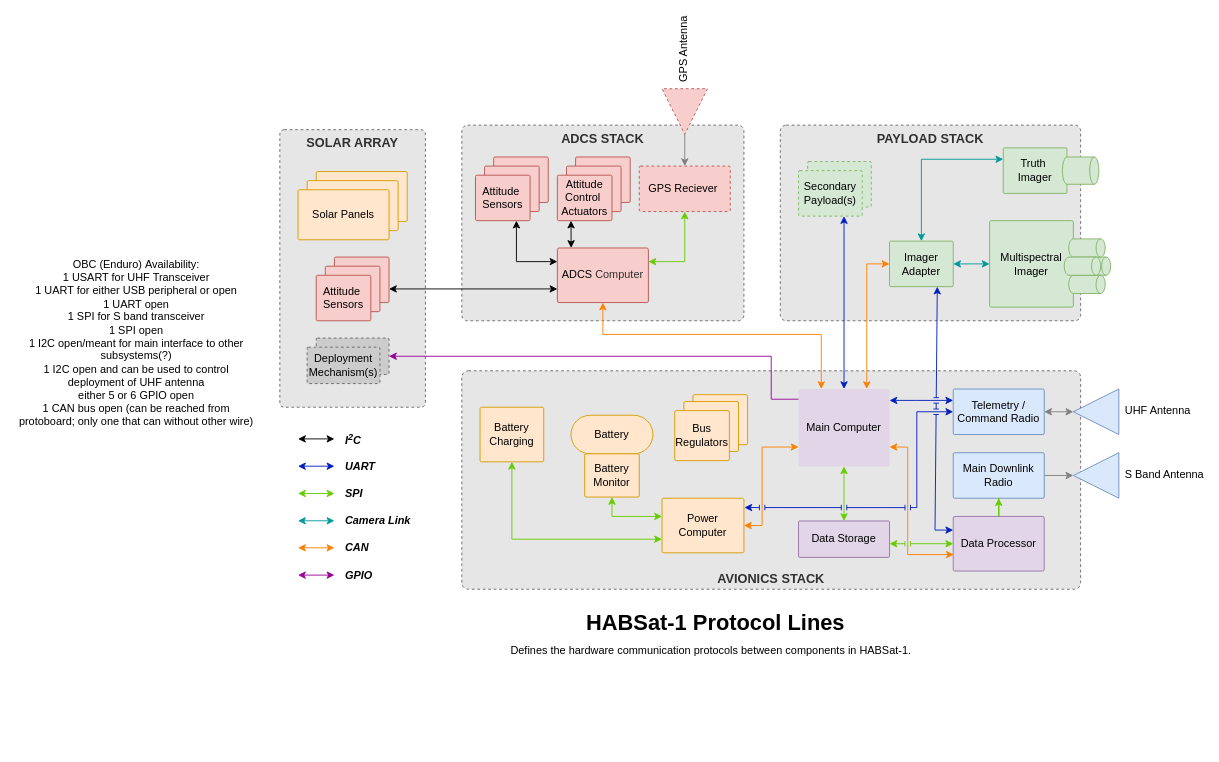
Earlier version of the draw.io diagram page "Hardware Communication" (3 of 15) of Design_Diagrams/design_diagrams.drawio (mezosauce/CubeCatsSeniorDesign). Source tidied: cells renumbered, new cells numbered last; positions are measured from the earlier drawing's top-left corner, leaving out a move shared by most shapes. Both pictures are drawn from the tidied source at 91%, with x=0, y=0 at pixel (15, 88).
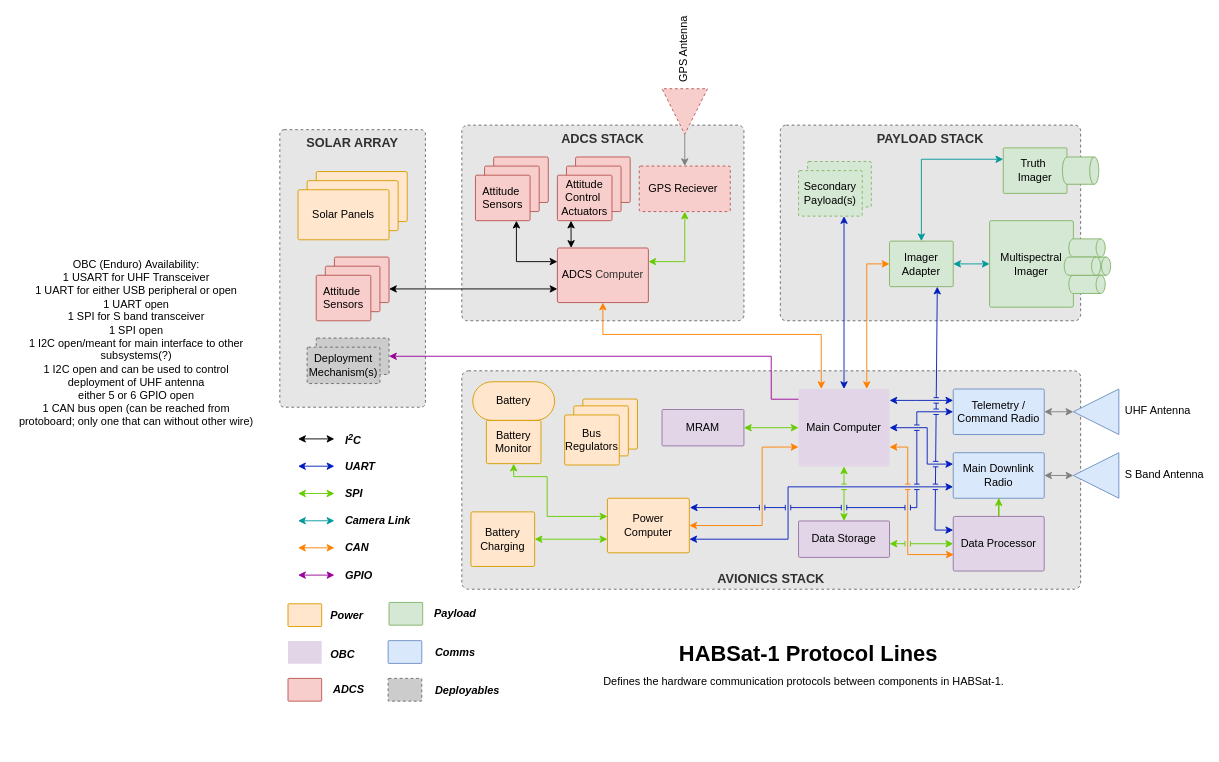
The same page after the edit.

The change refers to these unchanged cells:
```xml
<mxCell id="7" value="Main Computer" style="rounded=1;whiteSpace=wrap;html=1;arcSize=3;fillColor=#e1d5e7;strokeColor=none;fontFamily=Helvetica;" parent="1" vertex="1">
  <mxGeometry x="860" y="330" width="100" height="85" as="geometry" />
</mxCell>
<mxCell id="10" value="Main Downlink Radio" style="rounded=1;whiteSpace=wrap;html=1;arcSize=3;fillColor=#dae8fc;strokeColor=#6c8ebf;fontFamily=Helvetica;" parent="1" vertex="1">
  <mxGeometry x="1030" y="400" width="100" height="50" as="geometry" />
</mxCell>
<mxCell id="36" value="S Band Antenna" style="verticalLabelPosition=bottom;verticalAlign=top;html=1;shape=mxgraph.basic.acute_triangle;dx=0.5;rotation=-90;horizontal=1;textDirection=vertical-rl;fillColor=#dae8fc;strokeColor=#6c8ebf;fontFamily=Helvetica;" parent="1" vertex="1">
  <mxGeometry x="1162" y="400" width="50" height="50" as="geometry" />
</mxCell>
```

What changed in the source:
```diff
@@
+    <mxCell id="94" style="edgeStyle=orthogonalEdgeStyle;rounded=0;jettySize=auto;html=1;exitX=0;exitY=0.25;exitDx=0;exitDy=0;startArrow=classic;startFill=1;strokeColor=light-dark(#001DBC,#6666FF);" parent="1" edge="1" source="10" target="7">
+      <mxGeometry relative="1" as="geometry">
+        <Array as="points">
+          <mxPoint x="1001.4" y="412.5" />
+          <mxPoint x="1001.4" y="372.5" />
+        </Array>
+      </mxGeometry>
+    </mxCell>
+    <mxCell id="95" style="edgeStyle=orthogonalEdgeStyle;rounded=0;jettySize=auto;html=1;exitX=0;exitY=0.75;exitDx=0;exitDy=0;entryX=1;entryY=0.75;entryDx=0;entryDy=0;startArrow=classic;startFill=1;strokeColor=light-dark(#001DBC,#6666FF);" parent="1" edge="1" source="10" target="11">
+      <mxGeometry relative="1" as="geometry">
+        <Array as="points">
+          <mxPoint x="848.5" y="437.5" />
+          <mxPoint x="848.5" y="495" />
+        </Array>
+      </mxGeometry>
+    </mxCell>
@@
     <mxCell id="11" value="Power Computer" style="rounded=1;whiteSpace=wrap;html=1;arcSize=3;fillColor=#ffe6cc;strokeColor=#d79b00;fontFamily=Helvetica;" parent="1" vertex="1">
-      <mxGeometry x="710" y="450" width="90" height="60" as="geometry" />
+      <mxGeometry x="650" y="450" width="90" height="60" as="geometry" />
     </mxCell>
@@
-    <mxCell id="21" style="edgeStyle=orthogonalEdgeStyle;rounded=0;jettySize=auto;html=1;exitX=0.5;exitY=1;exitDx=0;exitDy=0;entryX=0;entryY=0.75;entryDx=0;entryDy=0;startArrow=classic;startFill=1;strokeColor=light-dark(#66CC00,#82CD82);" parent="1" edge="1" source="22" target="11">
+    <mxCell id="21" style="edgeStyle=orthogonalEdgeStyle;rounded=0;jettySize=auto;html=1;exitX=1;exitY=0.5;exitDx=0;exitDy=0;entryX=0;entryY=0.75;entryDx=0;entryDy=0;startArrow=classic;startFill=1;strokeColor=light-dark(#66CC00,#82CD82);" parent="1" edge="1" source="22" target="11">
       <mxGeometry relative="1" as="geometry" />
     </mxCell>
     <mxCell id="22" value="Battery Charging" style="rounded=1;whiteSpace=wrap;html=1;arcSize=3;fillColor=#ffe6cc;strokeColor=#d79b00;fontFamily=Helvetica;" parent="1" vertex="1">
-      <mxGeometry x="510" y="350" width="70" height="60" as="geometry" />
+      <mxGeometry x="500" y="465" width="70" height="60" as="geometry" />
     </mxCell>
-    <mxCell id="23" value="Battery" style="rounded=1;whiteSpace=wrap;html=1;arcSize=50;fillColor=#ffe6cc;strokeColor=#d79b00;fontFamily=Helvetica;" parent="1" vertex="1">
-      <mxGeometry x="610" y="358.8" width="90" height="42.5" as="geometry" />
-    </mxCell>
     <mxCell id="24" style="edgeStyle=orthogonalEdgeStyle;rounded=0;jettySize=auto;html=1;exitX=0.5;exitY=1;exitDx=0;exitDy=0;startArrow=classic;startFill=1;strokeColor=light-dark(#66CC00,#82CD82);" parent="1" edge="1" source="25" target="11">
-      <mxGeometry relative="1" as="geometry">
+      <mxGeometry x="0.02" relative="1" as="geometry">
         <Array as="points">
-          <mxPoint x="655" y="470" />
+          <mxPoint x="547" y="426.3" />
+          <mxPoint x="583.8" y="426.3" />
+          <mxPoint x="583.8" y="470" />
         </Array>
       </mxGeometry>
     </mxCell>
-    <mxCell id="25" value="Battery Monitor" style="rounded=1;whiteSpace=wrap;html=1;arcSize=3;fillColor=#ffe6cc;strokeColor=#d79b00;fontFamily=Helvetica;" parent="1" vertex="1">
-      <mxGeometry x="625" y="401.2" width="60" height="47.5" as="geometry" />
-    </mxCell>
@@
-    <mxCell id="37" value="&lt;div&gt;&lt;span style=&quot;background-color: transparent;&quot;&gt;Multispectral&lt;/span&gt;&lt;/div&gt;&lt;div&gt;Imager&lt;/div&gt;" style="rounded=1;whiteSpace=wrap;html=1;arcSize=2;fillColor=#d5e8d4;strokeColor=#82b366;fontFamily=Helvetica;glass=0;shadow=0;align=center;" parent="1" vertex="1">
-      <mxGeometry x="1070" y="145" width="92" height="95" as="geometry" />
-    </mxCell>
-    <mxCell id="38" style="group;" parent="1" vertex="1">
-      <mxGeometry x="1152" y="165" width="51" height="60" as="geometry" />
-    </mxCell>
-    <mxCell id="39" style="shape=cylinder3;whiteSpace=wrap;html=1;boundedLbl=1;backgroundOutline=1;size=5;rotation=90;fillColor=#d5e8d4;strokeColor=#82b366;fontFamily=Helvetica;" parent="38" vertex="1">
-      <mxGeometry x="21" y="10" width="20" height="40" as="geometry" />
-    </mxCell>
-    <mxCell id="40" style="shape=cylinder3;whiteSpace=wrap;html=1;boundedLbl=1;backgroundOutline=1;size=5;rotation=90;fillColor=#d5e8d4;strokeColor=#82b366;fontFamily=Helvetica;" parent="38" vertex="1">
-      <mxGeometry x="15" y="30" width="20" height="40" as="geometry" />
-    </mxCell>
-    <mxCell id="41" style="shape=cylinder3;whiteSpace=wrap;html=1;boundedLbl=1;backgroundOutline=1;size=5;rotation=90;fillColor=#d5e8d4;strokeColor=#82b366;fontFamily=Helvetica;" parent="38" vertex="1">
-      <mxGeometry x="15" y="-10" width="20" height="40" as="geometry" />
-    </mxCell>
-    <mxCell id="42" style="shape=cylinder3;whiteSpace=wrap;html=1;boundedLbl=1;backgroundOutline=1;size=5;rotation=90;fillColor=#d5e8d4;strokeColor=#82b366;fontFamily=Helvetica;" parent="38" vertex="1">
-      <mxGeometry x="10" y="10" width="20" height="40" as="geometry" />
-    </mxCell>
@@
-    <mxCell id="44" style="edgeStyle=orthogonalEdgeStyle;rounded=0;jettySize=auto;html=1;exitX=1;exitY=0.5;exitDx=0;exitDy=0;entryX=0;entryY=0;entryDx=25;entryDy=0;entryPerimeter=0;startArrow=none;startFill=0;strokeColor=#808080;" parent="1" edge="1" source="10" target="36">
+    <mxCell id="44" style="edgeStyle=orthogonalEdgeStyle;rounded=0;jettySize=auto;html=1;exitX=1;exitY=0.5;exitDx=0;exitDy=0;entryX=0;entryY=0;entryDx=25;entryDy=0;entryPerimeter=0;startArrow=classic;startFill=1;strokeColor=#808080;" parent="1" edge="1" source="10" target="36">
       <mxGeometry relative="1" as="geometry" />
     </mxCell>
@@
     <mxCell id="64" style="group;" parent="1" vertex="1">
-      <mxGeometry x="724" y="336.2" width="80" height="72.5" as="geometry" />
+      <mxGeometry x="603" y="341" width="80" height="72.5" as="geometry" />
     </mxCell>
@@
-    <mxCell id="87" style="rounded=1;whiteSpace=wrap;html=1;arcSize=3;fillColor=#ffe6cc;strokeColor=#d79b00;fontFamily=Helvetica;" parent="1" vertex="1">
-      <mxGeometry x="330" y="91" width="100" height="55" as="geometry" />
-    </mxCell>
-    <mxCell id="88" style="rounded=1;whiteSpace=wrap;html=1;arcSize=3;fillColor=#ffe6cc;strokeColor=#d79b00;fontFamily=Helvetica;" parent="1" vertex="1">
-      <mxGeometry x="320" y="101" width="100" height="55" as="geometry" />
-    </mxCell>
-    <mxCell id="89" value="Solar Panels" style="rounded=1;whiteSpace=wrap;html=1;arcSize=3;fillColor=#ffe6cc;strokeColor=#d79b00;fontFamily=Helvetica;" parent="1" vertex="1">
-      <mxGeometry x="310" y="111" width="100" height="55" as="geometry" />
-    </mxCell>
@@
     <mxCell id="91" style="group;" parent="1" vertex="1">
-      <mxGeometry x="524" y="566" width="480" height="120" as="geometry" />
+      <mxGeometry x="626" y="600" width="480" height="120" as="geometry" />
     </mxCell>
@@
+    <mxCell id="96" style="rounded=1;whiteSpace=wrap;html=1;arcSize=3;fillColor=#ffe6cc;strokeColor=#d79b00;fontFamily=Helvetica;" parent="1" vertex="1">
+      <mxGeometry x="299" y="566" width="37" height="25" as="geometry" />
+    </mxCell>
+    <mxCell id="97" style="rounded=1;whiteSpace=wrap;html=1;arcSize=3;fillColor=#e1d5e7;strokeColor=none;fontFamily=Helvetica;" parent="1" vertex="1">
+      <mxGeometry x="299" y="607" width="37" height="25" as="geometry" />
+    </mxCell>
+    <mxCell id="98" style="rounded=1;whiteSpace=wrap;html=1;arcSize=3;fillColor=#f8cecc;strokeColor=#b85450;fontFamily=Helvetica;" parent="1" vertex="1">
+      <mxGeometry x="299" y="648" width="37" height="25" as="geometry" />
+    </mxCell>
+    <mxCell id="99" value="&lt;div&gt;&lt;b&gt;&lt;i&gt;Power&lt;/i&gt;&lt;/b&gt;&lt;/div&gt;" style="text;html=1;align=left;verticalAlign=middle;whiteSpace=wrap;rounded=0;" parent="1" vertex="1">
+      <mxGeometry x="344" y="563.5" width="43" height="30" as="geometry" />
+    </mxCell>
+    <mxCell id="100" value="&lt;div&gt;&lt;b&gt;&lt;i&gt;OBC&lt;/i&gt;&lt;/b&gt;&lt;/div&gt;" style="text;html=1;align=left;verticalAlign=middle;whiteSpace=wrap;rounded=0;" parent="1" vertex="1">
+      <mxGeometry x="343.5" y="607" width="43" height="30" as="geometry" />
+    </mxCell>
+    <mxCell id="101" value="&lt;div&gt;&lt;b&gt;&lt;i&gt;ADCS&lt;/i&gt;&lt;/b&gt;&lt;/div&gt;" style="text;html=1;align=left;verticalAlign=middle;whiteSpace=wrap;rounded=0;" parent="1" vertex="1">
+      <mxGeometry x="347" y="645.5" width="43" height="30" as="geometry" />
+    </mxCell>
+    <mxCell id="102" style="rounded=1;whiteSpace=wrap;html=1;arcSize=3;fillColor=#d5e8d4;strokeColor=#82b366;fontFamily=Helvetica;" parent="1" vertex="1">
+      <mxGeometry x="410" y="564.5" width="37" height="25" as="geometry" />
+    </mxCell>
+    <mxCell id="103" value="&lt;div&gt;&lt;b&gt;&lt;i&gt;Payload&lt;/i&gt;&lt;/b&gt;&lt;/div&gt;" style="text;html=1;align=left;verticalAlign=middle;whiteSpace=wrap;rounded=0;" parent="1" vertex="1">
+      <mxGeometry x="458" y="562" width="43" height="30" as="geometry" />
+    </mxCell>
+    <mxCell id="104" style="rounded=1;whiteSpace=wrap;html=1;arcSize=3;fillColor=#dae8fc;strokeColor=#6c8ebf;fontFamily=Helvetica;" parent="1" vertex="1">
+      <mxGeometry x="409" y="606.5" width="37" height="25" as="geometry" />
+    </mxCell>
+    <mxCell id="105" value="&lt;div&gt;&lt;b&gt;&lt;i&gt;Comms&lt;/i&gt;&lt;/b&gt;&lt;/div&gt;" style="text;html=1;align=left;verticalAlign=middle;whiteSpace=wrap;rounded=0;" parent="1" vertex="1">
+      <mxGeometry x="458.5" y="604.5" width="43" height="30" as="geometry" />
+    </mxCell>
+    <mxCell id="106" value="MRAM" style="rounded=1;whiteSpace=wrap;html=1;arcSize=3;fillColor=#e1d5e7;strokeColor=#9673a6;fontFamily=Helvetica;" parent="1" vertex="1">
+      <mxGeometry x="710" y="352.5" width="90" height="40" as="geometry" />
+    </mxCell>
+    <mxCell id="107" style="group;" parent="1" vertex="1">
+      <mxGeometry x="502" y="322" width="90" height="90" as="geometry" />
+    </mxCell>
+    <mxCell id="23" value="Battery" style="rounded=1;whiteSpace=wrap;html=1;arcSize=50;fillColor=#ffe6cc;strokeColor=#d79b00;fontFamily=Helvetica;" parent="107" vertex="1">
+      <mxGeometry width="90" height="42.5" as="geometry" />
+    </mxCell>
+    <mxCell id="25" value="Battery Monitor" style="rounded=1;whiteSpace=wrap;html=1;arcSize=3;fillColor=#ffe6cc;strokeColor=#d79b00;fontFamily=Helvetica;" parent="107" vertex="1">
+      <mxGeometry x="15" y="42.5" width="60" height="47.5" as="geometry" />
+    </mxCell>
+    <mxCell id="108" style="rounded=1;whiteSpace=wrap;html=1;arcSize=3;fillColor=#CCCCCC;strokeColor=#666666;fontFamily=Helvetica;gradientColor=none;dashed=1;" parent="1" vertex="1">
+      <mxGeometry x="409" y="648" width="37" height="25" as="geometry" />
+    </mxCell>
+    <mxCell id="109" value="&lt;div&gt;&lt;b&gt;&lt;i&gt;Deployables&lt;/i&gt;&lt;/b&gt;&lt;/div&gt;" style="text;html=1;align=left;verticalAlign=middle;whiteSpace=wrap;rounded=0;" parent="1" vertex="1">
+      <mxGeometry x="459" y="647" width="43" height="30" as="geometry" />
+    </mxCell>
+    <mxCell id="110" style="endArrow=classic;startArrow=classic;html=1;rounded=0;fillColor=#008a00;strokeColor=light-dark(#66CC00,#82CD82);exitX=1;exitY=0.5;exitDx=0;exitDy=0;entryX=0;entryY=0.5;entryDx=0;entryDy=0;" parent="1" edge="1" source="106" target="7">
+      <mxGeometry relative="1" as="geometry" />
+    </mxCell>
+    <mxCell id="111" style="group;" parent="1" vertex="1">
+      <mxGeometry x="1070" y="145" width="133" height="95" as="geometry" />
+    </mxCell>
+    <mxCell id="37" value="&lt;div&gt;&lt;span style=&quot;background-color: transparent;&quot;&gt;Multispectral&lt;/span&gt;&lt;/div&gt;&lt;div&gt;Imager&lt;/div&gt;" style="rounded=1;whiteSpace=wrap;html=1;arcSize=2;fillColor=#d5e8d4;strokeColor=#82b366;fontFamily=Helvetica;glass=0;shadow=0;align=center;" parent="111" vertex="1">
+      <mxGeometry width="92" height="95" as="geometry" />
+    </mxCell>
+    <mxCell id="38" style="group;" parent="111" vertex="1">
+      <mxGeometry x="82" y="20" width="51" height="60" as="geometry" />
+    </mxCell>
+    <mxCell id="39" style="shape=cylinder3;whiteSpace=wrap;html=1;boundedLbl=1;backgroundOutline=1;size=5;rotation=90;fillColor=#d5e8d4;strokeColor=#82b366;fontFamily=Helvetica;" parent="38" vertex="1">
+      <mxGeometry x="21" y="10" width="20" height="40" as="geometry" />
+    </mxCell>
+    <mxCell id="40" style="shape=cylinder3;whiteSpace=wrap;html=1;boundedLbl=1;backgroundOutline=1;size=5;rotation=90;fillColor=#d5e8d4;strokeColor=#82b366;fontFamily=Helvetica;" parent="38" vertex="1">
+      <mxGeometry x="15" y="30" width="20" height="40" as="geometry" />
+    </mxCell>
+    <mxCell id="41" style="shape=cylinder3;whiteSpace=wrap;html=1;boundedLbl=1;backgroundOutline=1;size=5;rotation=90;fillColor=#d5e8d4;strokeColor=#82b366;fontFamily=Helvetica;" parent="38" vertex="1">
+      <mxGeometry x="15" y="-10" width="20" height="40" as="geometry" />
+    </mxCell>
+    <mxCell id="42" style="shape=cylinder3;whiteSpace=wrap;html=1;boundedLbl=1;backgroundOutline=1;size=5;rotation=90;fillColor=#d5e8d4;strokeColor=#82b366;fontFamily=Helvetica;" parent="38" vertex="1">
+      <mxGeometry x="10" y="10" width="20" height="40" as="geometry" />
+    </mxCell>
+    <mxCell id="112" style="group;" parent="1" vertex="1">
+      <mxGeometry x="310" y="91" width="120" height="75" as="geometry" />
+    </mxCell>
+    <mxCell id="87" style="rounded=1;whiteSpace=wrap;html=1;arcSize=3;fillColor=#ffe6cc;strokeColor=#d79b00;fontFamily=Helvetica;" parent="112" vertex="1">
+      <mxGeometry x="20" width="100" height="55" as="geometry" />
+    </mxCell>
+    <mxCell id="88" style="rounded=1;whiteSpace=wrap;html=1;arcSize=3;fillColor=#ffe6cc;strokeColor=#d79b00;fontFamily=Helvetica;" parent="112" vertex="1">
+      <mxGeometry x="10" y="10" width="100" height="55" as="geometry" />
+    </mxCell>
+    <mxCell id="89" value="Solar Panels" style="rounded=1;whiteSpace=wrap;html=1;arcSize=3;fillColor=#ffe6cc;strokeColor=#d79b00;fontFamily=Helvetica;" parent="112" vertex="1">
+      <mxGeometry y="20" width="100" height="55" as="geometry" />
+    </mxCell>
```
